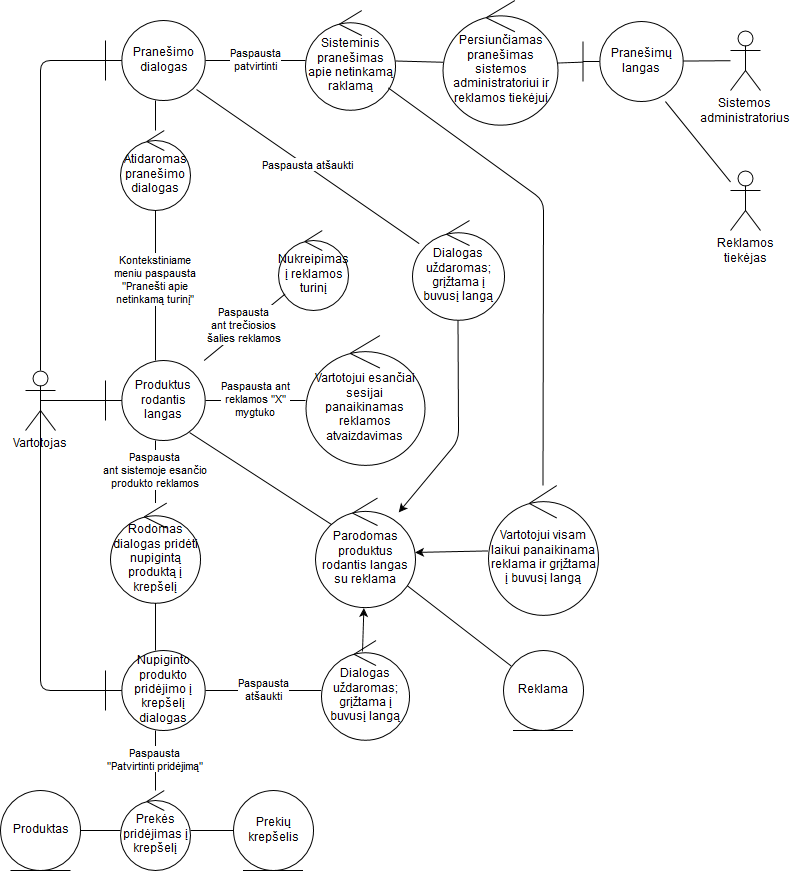
The draw.io diagram Nuotraukos/RD-damnads.png in Tristanas/PSI2-Food-Bee-Inc, before a commit. Source tidied: cells renumbered, new cells last; positions are measured from the earlier drawing's top-left corner, leaving out a move shared by most shapes. The source it was exported from:
```xml
<mxGraphModel>
  <root>
    <mxCell id="0" />
    <mxCell id="1" parent="0" />
    <mxCell id="2" value="Vartotojas&lt;br&gt;" style="shape=umlActor;verticalLabelPosition=bottom;labelBackgroundColor=#ffffff;verticalAlign=top;html=1;" parent="1" vertex="1">
      <mxGeometry x="25" y="370" width="30" height="60" as="geometry" />
    </mxCell>
    <mxCell id="3" value="Produktus rodantis langas" style="shape=umlBoundary;whiteSpace=wrap;html=1;" parent="1" vertex="1">
      <mxGeometry x="105" y="360" width="100" height="80" as="geometry" />
    </mxCell>
    <mxCell id="4" value="Nukreipimas&lt;br&gt;į reklamos&lt;br&gt;turinį&lt;br&gt;" style="ellipse;shape=umlControl;whiteSpace=wrap;html=1;" parent="1" vertex="1">
      <mxGeometry x="278" y="230" width="70" height="80" as="geometry" />
    </mxCell>
    <mxCell id="5" value="Paspausta&lt;br&gt;&quot;Patvirtinti pridėjimą&quot;&lt;br&gt;" style="endArrow=none;html=1;" parent="1" edge="1" source="12" target="16">
      <mxGeometry relative="1" as="geometry" />
    </mxCell>
    <mxCell id="6" style="endArrow=none;html=1;exitX=0.5;exitY=0.5;exitDx=0;exitDy=0;exitPerimeter=0;" parent="1" edge="1" source="2" target="3">
      <mxGeometry relative="1" as="geometry" />
    </mxCell>
    <mxCell id="7" value="Paspausta&lt;br&gt;ant trečiosios&lt;br&gt;šalies reklamos" style="endArrow=none;html=1;" parent="1" edge="1" source="4" target="3">
      <mxGeometry relative="1" as="geometry" />
    </mxCell>
    <mxCell id="8" value="Reklama&lt;br&gt;" style="ellipse;shape=umlEntity;whiteSpace=wrap;html=1;" parent="1" vertex="1">
      <mxGeometry x="502.5" y="650" width="80" height="80" as="geometry" />
    </mxCell>
    <mxCell id="9" style="endArrow=none;html=1;" parent="1" edge="1" source="39" target="8">
      <mxGeometry relative="1" as="geometry" />
    </mxCell>
    <mxCell id="10" value="Rodomas dialogas pridėti nupigintą produktą į krepšelį&lt;br&gt;" style="ellipse;shape=umlControl;whiteSpace=wrap;html=1;" parent="1" vertex="1">
      <mxGeometry x="110" y="502.5" width="90" height="100" as="geometry" />
    </mxCell>
    <mxCell id="11" value="Paspausta&lt;br&gt;ant sistemoje esančio&lt;br&gt;produkto reklamos&lt;br&gt;" style="endArrow=none;html=1;" parent="1" edge="1" source="3" target="10">
      <mxGeometry relative="1" as="geometry" />
    </mxCell>
    <mxCell id="12" value="Nupiginto produkto pridėjimo į krepšelį dialogas" style="shape=umlBoundary;whiteSpace=wrap;html=1;" parent="1" vertex="1">
      <mxGeometry x="105" y="650" width="100" height="80" as="geometry" />
    </mxCell>
    <mxCell id="13" style="endArrow=none;html=1;" parent="1" edge="1" source="10" target="12">
      <mxGeometry relative="1" as="geometry" />
    </mxCell>
    <mxCell id="14" style="endArrow=none;html=1;exitX=0.5;exitY=0.5;exitDx=0;exitDy=0;exitPerimeter=0;" parent="1" edge="1" source="2" target="12">
      <mxGeometry relative="1" as="geometry">
        <Array as="points">
          <mxPoint x="40" y="690" />
        </Array>
      </mxGeometry>
    </mxCell>
    <mxCell id="15" value="Prekių krepšelis" style="ellipse;shape=umlEntity;whiteSpace=wrap;html=1;" parent="1" vertex="1">
      <mxGeometry x="232.5" y="790" width="80" height="80" as="geometry" />
    </mxCell>
    <mxCell id="16" value="Prekės pridėjimas į krepšelį" style="ellipse;shape=umlControl;whiteSpace=wrap;html=1;" parent="1" vertex="1">
      <mxGeometry x="120" y="790" width="70" height="80" as="geometry" />
    </mxCell>
    <mxCell id="17" style="endArrow=none;html=1;" parent="1" edge="1" source="16" target="15">
      <mxGeometry relative="1" as="geometry" />
    </mxCell>
    <mxCell id="18" value="Produktas" style="ellipse;shape=umlEntity;whiteSpace=wrap;html=1;" parent="1" vertex="1">
      <mxGeometry y="790" width="80" height="80" as="geometry" />
    </mxCell>
    <mxCell id="19" style="endArrow=none;html=1;" parent="1" edge="1" source="18" target="16">
      <mxGeometry relative="1" as="geometry" />
    </mxCell>
    <mxCell id="20" value="Paspausta ant&lt;br&gt;reklamos &quot;X&quot;&lt;br&gt;mygtuko&lt;br&gt;" style="endArrow=none;html=1;" parent="1" edge="1" source="3" target="21">
      <mxGeometry relative="1" as="geometry" />
    </mxCell>
    <mxCell id="21" value="Vartotojui esančiai sesijai panaikinamas reklamos atvaizdavimas&lt;br&gt;" style="ellipse;shape=umlControl;whiteSpace=wrap;html=1;" parent="1" vertex="1">
      <mxGeometry x="305" y="335" width="119" height="130" as="geometry" />
    </mxCell>
    <mxCell id="22" value="Atidaromas pranešimo dialogas" style="ellipse;shape=umlControl;whiteSpace=wrap;html=1;" parent="1" vertex="1">
      <mxGeometry x="120" y="130" width="70" height="80" as="geometry" />
    </mxCell>
    <mxCell id="23" value="Kontekstiniame&lt;br&gt;meniu paspausta&lt;br&gt;&quot;Pranešti apie&lt;br&gt;netinkamą turinį&quot;&lt;br&gt;" style="endArrow=none;html=1;" parent="1" edge="1" source="3" target="22">
      <mxGeometry x="0.07" relative="1" as="geometry" />
    </mxCell>
    <mxCell id="24" value="Pranešimo&lt;br&gt;dialogas&lt;br&gt;" style="shape=umlBoundary;whiteSpace=wrap;html=1;" parent="1" vertex="1">
      <mxGeometry x="105" y="20" width="100" height="80" as="geometry" />
    </mxCell>
    <mxCell id="25" style="endArrow=none;html=1;" parent="1" edge="1" source="22" target="24">
      <mxGeometry relative="1" as="geometry" />
    </mxCell>
    <mxCell id="26" style="endArrow=none;html=1;exitX=0.5;exitY=0;exitDx=0;exitDy=0;exitPerimeter=0;" parent="1" edge="1" source="2" target="24">
      <mxGeometry relative="1" as="geometry">
        <Array as="points">
          <mxPoint x="40" y="60" />
        </Array>
      </mxGeometry>
    </mxCell>
    <mxCell id="27" value="Dialogas uždaromas; grįžtama į buvusį langą" style="ellipse;shape=umlControl;whiteSpace=wrap;html=1;" parent="1" vertex="1">
      <mxGeometry x="411.5" y="220" width="92" height="100" as="geometry" />
    </mxCell>
    <mxCell id="28" value="Paspausta atšaukti" style="endArrow=none;html=1;exitX=0.91;exitY=0.863;exitDx=0;exitDy=0;exitPerimeter=0;" parent="1" edge="1" source="24" target="27">
      <mxGeometry relative="1" as="geometry" />
    </mxCell>
    <mxCell id="29" value="Dialogas uždaromas; grįžtama į buvusį langą" style="ellipse;shape=umlControl;whiteSpace=wrap;html=1;" parent="1" vertex="1">
      <mxGeometry x="320.5" y="640" width="88" height="100" as="geometry" />
    </mxCell>
    <mxCell id="30" value="Paspausta&lt;br&gt;atšaukti" style="endArrow=none;html=1;" parent="1" edge="1" source="12" target="29">
      <mxGeometry relative="1" as="geometry" />
    </mxCell>
    <mxCell id="31" value="Sisteminis pranešimas apie netinkamą raklamą" style="ellipse;shape=umlControl;whiteSpace=wrap;html=1;" parent="1" vertex="1">
      <mxGeometry x="305" y="10" width="90" height="100" as="geometry" />
    </mxCell>
    <mxCell id="32" value="Paspausta&lt;br&gt;patvirtinti&lt;br&gt;" style="endArrow=none;html=1;" parent="1" edge="1" source="24" target="31">
      <mxGeometry relative="1" as="geometry" />
    </mxCell>
    <mxCell id="33" value="Vartotojui visam laikui panaikinama reklama ir grįžtama į buvusį langą" style="ellipse;shape=umlControl;whiteSpace=wrap;html=1;" parent="1" vertex="1">
      <mxGeometry x="487.5" y="485" width="110" height="130" as="geometry" />
    </mxCell>
    <mxCell id="34" style="endArrow=none;html=1;" parent="1" edge="1" source="33" target="31">
      <mxGeometry relative="1" as="geometry">
        <Array as="points">
          <mxPoint x="543" y="200" />
        </Array>
      </mxGeometry>
    </mxCell>
    <mxCell id="35" style="endArrow=none;html=1;" parent="1" edge="1" source="31" target="37">
      <mxGeometry relative="1" as="geometry" />
    </mxCell>
    <mxCell id="36" style="endArrow=none;html=1;" parent="1" edge="1" source="42" target="43">
      <mxGeometry relative="1" as="geometry" />
    </mxCell>
    <mxCell id="37" value="Persiunčiamas pranešimas sistemos administratoriui ir reklamos tiekėjui" style="ellipse;shape=umlControl;whiteSpace=wrap;html=1;" parent="1" vertex="1">
      <mxGeometry x="442.5" width="115" height="125" as="geometry" />
    </mxCell>
    <mxCell id="38" style="endArrow=none;html=1;" parent="1" edge="1" source="43" target="41">
      <mxGeometry relative="1" as="geometry" />
    </mxCell>
    <mxCell id="39" value="Parodomas produktus rodantis langas su reklama" style="ellipse;shape=umlControl;whiteSpace=wrap;html=1;" parent="1" vertex="1">
      <mxGeometry x="314.5" y="497.5" width="100" height="110" as="geometry" />
    </mxCell>
    <mxCell id="40" style="endArrow=none;html=1;entryX=0.84;entryY=0.9;entryDx=0;entryDy=0;entryPerimeter=0;exitX=0.16;exitY=0.245;exitDx=0;exitDy=0;exitPerimeter=0;" parent="1" edge="1" source="39" target="3">
      <mxGeometry relative="1" as="geometry" />
    </mxCell>
    <mxCell id="41" value="Sistemos&lt;br&gt;administratorius" style="shape=umlActor;verticalLabelPosition=bottom;labelBackgroundColor=#ffffff;verticalAlign=top;html=1;outlineConnect=0;" parent="1" vertex="1">
      <mxGeometry x="730" y="30" width="30" height="60" as="geometry" />
    </mxCell>
    <mxCell id="42" value="Reklamos&lt;br&gt;tiekėjas&lt;br&gt;" style="shape=umlActor;verticalLabelPosition=bottom;labelBackgroundColor=#ffffff;verticalAlign=top;html=1;outlineConnect=0;" parent="1" vertex="1">
      <mxGeometry x="730" y="170" width="30" height="60" as="geometry" />
    </mxCell>
    <mxCell id="43" value="Pranešimų langas" style="shape=umlBoundary;whiteSpace=wrap;html=1;" parent="1" vertex="1">
      <mxGeometry x="582.5" y="21" width="100" height="80" as="geometry" />
    </mxCell>
    <mxCell id="44" style="endArrow=none;html=1;" parent="1" edge="1" source="37" target="43">
      <mxGeometry relative="1" as="geometry" />
    </mxCell>
    <mxCell id="45" style="endArrow=classic;html=1;exitX=0.472;exitY=0.11;exitDx=0;exitDy=0;exitPerimeter=0;" parent="1" edge="1" source="29" target="39">
      <mxGeometry relative="1" as="geometry" />
    </mxCell>
    <mxCell id="46" style="endArrow=classic;html=1;" parent="1" edge="1" source="27" target="39">
      <mxGeometry relative="1" as="geometry">
        <Array as="points">
          <mxPoint x="458" y="440" />
        </Array>
      </mxGeometry>
    </mxCell>
    <mxCell id="47" style="endArrow=classic;html=1;" parent="1" edge="1" source="33" target="39">
      <mxGeometry relative="1" as="geometry" />
    </mxCell>
  </root>
</mxGraphModel>
```
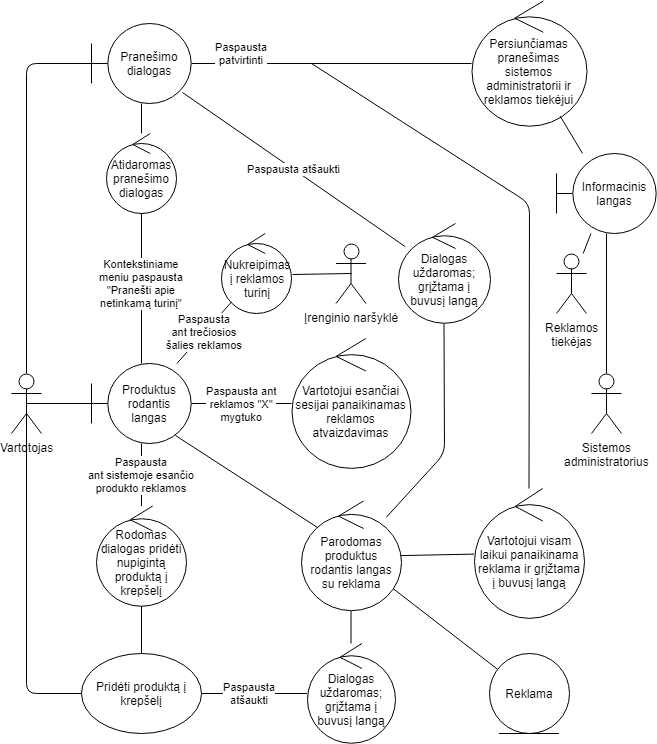
The same file after the commit.

Commit message:
Change ads robust

The edit, as a diff of the source:
```diff
@@ -9,11 +9,8 @@
       <mxGeometry x="105" y="360" width="100" height="80" as="geometry" />
     </mxCell>
     <mxCell id="4" value="Nukreipimas&lt;br&gt;į reklamos&lt;br&gt;turinį&lt;br&gt;" style="ellipse;shape=umlControl;whiteSpace=wrap;html=1;" parent="1" vertex="1">
-      <mxGeometry x="278" y="230" width="70" height="80" as="geometry" />
+      <mxGeometry x="235" y="230" width="70" height="80" as="geometry" />
     </mxCell>
-    <mxCell id="5" value="Paspausta&lt;br&gt;&quot;Patvirtinti pridėjimą&quot;&lt;br&gt;" style="endArrow=none;html=1;" parent="1" edge="1" source="12" target="16">
-      <mxGeometry relative="1" as="geometry" />
-    </mxCell>
     <mxCell id="6" style="endArrow=none;html=1;exitX=0.5;exitY=0.5;exitDx=0;exitDy=0;exitPerimeter=0;" parent="1" edge="1" source="2" target="3">
       <mxGeometry relative="1" as="geometry" />
     </mxCell>
@@ -32,34 +29,18 @@
     <mxCell id="11" value="Paspausta&lt;br&gt;ant sistemoje esančio&lt;br&gt;produkto reklamos&lt;br&gt;" style="endArrow=none;html=1;" parent="1" edge="1" source="3" target="10">
       <mxGeometry relative="1" as="geometry" />
     </mxCell>
-    <mxCell id="12" value="Nupiginto produkto pridėjimo į krepšelį dialogas" style="shape=umlBoundary;whiteSpace=wrap;html=1;" parent="1" vertex="1">
-      <mxGeometry x="105" y="650" width="100" height="80" as="geometry" />
-    </mxCell>
-    <mxCell id="13" style="endArrow=none;html=1;" parent="1" edge="1" source="10" target="12">
-      <mxGeometry relative="1" as="geometry" />
+    <mxCell id="13" style="endArrow=none;html=1;" parent="1" edge="1" source="10">
+      <mxGeometry relative="1" as="geometry">
+        <mxPoint x="155" y="650" as="targetPoint" />
+      </mxGeometry>
     </mxCell>
-    <mxCell id="14" style="endArrow=none;html=1;exitX=0.5;exitY=0.5;exitDx=0;exitDy=0;exitPerimeter=0;" parent="1" edge="1" source="2" target="12">
+    <mxCell id="14" style="endArrow=none;html=1;exitX=0.5;exitY=0.5;exitDx=0;exitDy=0;exitPerimeter=0;entryX=0;entryY=0.5;entryDx=0;entryDy=0;" parent="1" edge="1" source="2" target="50">
       <mxGeometry relative="1" as="geometry">
         <Array as="points">
           <mxPoint x="40" y="690" />
         </Array>
       </mxGeometry>
     </mxCell>
-    <mxCell id="15" value="Prekių krepšelis" style="ellipse;shape=umlEntity;whiteSpace=wrap;html=1;" parent="1" vertex="1">
-      <mxGeometry x="232.5" y="790" width="80" height="80" as="geometry" />
-    </mxCell>
-    <mxCell id="16" value="Prekės pridėjimas į krepšelį" style="ellipse;shape=umlControl;whiteSpace=wrap;html=1;" parent="1" vertex="1">
-      <mxGeometry x="120" y="790" width="70" height="80" as="geometry" />
-    </mxCell>
-    <mxCell id="17" style="endArrow=none;html=1;" parent="1" edge="1" source="16" target="15">
-      <mxGeometry relative="1" as="geometry" />
-    </mxCell>
-    <mxCell id="18" value="Produktas" style="ellipse;shape=umlEntity;whiteSpace=wrap;html=1;" parent="1" vertex="1">
-      <mxGeometry y="790" width="80" height="80" as="geometry" />
-    </mxCell>
-    <mxCell id="19" style="endArrow=none;html=1;" parent="1" edge="1" source="18" target="16">
-      <mxGeometry relative="1" as="geometry" />
-    </mxCell>
     <mxCell id="20" value="Paspausta ant&lt;br&gt;reklamos &quot;X&quot;&lt;br&gt;mygtuko&lt;br&gt;" style="endArrow=none;html=1;" parent="1" edge="1" source="3" target="21">
       <mxGeometry relative="1" as="geometry" />
     </mxCell>
@@ -88,41 +69,51 @@
     <mxCell id="27" value="Dialogas uždaromas; grįžtama į buvusį langą" style="ellipse;shape=umlControl;whiteSpace=wrap;html=1;" parent="1" vertex="1">
       <mxGeometry x="411.5" y="220" width="92" height="100" as="geometry" />
     </mxCell>
+    <mxCell id="48" style="endArrow=none;html=1;" parent="1" edge="1" source="39" target="27">
+      <mxGeometry relative="1" as="geometry">
+        <Array as="points">
+          <mxPoint x="458" y="450" />
+        </Array>
+      </mxGeometry>
+    </mxCell>
     <mxCell id="28" value="Paspausta atšaukti" style="endArrow=none;html=1;exitX=0.91;exitY=0.863;exitDx=0;exitDy=0;exitPerimeter=0;" parent="1" edge="1" source="24" target="27">
       <mxGeometry relative="1" as="geometry" />
     </mxCell>
     <mxCell id="29" value="Dialogas uždaromas; grįžtama į buvusį langą" style="ellipse;shape=umlControl;whiteSpace=wrap;html=1;" parent="1" vertex="1">
       <mxGeometry x="320.5" y="640" width="88" height="100" as="geometry" />
     </mxCell>
-    <mxCell id="30" value="Paspausta&lt;br&gt;atšaukti" style="endArrow=none;html=1;" parent="1" edge="1" source="12" target="29">
-      <mxGeometry relative="1" as="geometry" />
+    <mxCell id="30" value="Paspausta&lt;br&gt;atšaukti" style="endArrow=none;html=1;" parent="1" edge="1" target="29">
+      <mxGeometry relative="1" as="geometry">
+        <mxPoint x="205" y="690" as="sourcePoint" />
+      </mxGeometry>
     </mxCell>
-    <mxCell id="31" value="Sisteminis pranešimas apie netinkamą raklamą" style="ellipse;shape=umlControl;whiteSpace=wrap;html=1;" parent="1" vertex="1">
-      <mxGeometry x="305" y="10" width="90" height="100" as="geometry" />
-    </mxCell>
+    <mxCell id="45" style="endArrow=none;html=1;" parent="1" edge="1" source="29" target="39">
+      <mxGeometry relative="1" as="geometry" />
+    </mxCell>
-    <mxCell id="32" value="Paspausta&lt;br&gt;patvirtinti&lt;br&gt;" style="endArrow=none;html=1;" parent="1" edge="1" source="24" target="31">
-      <mxGeometry relative="1" as="geometry" />
+    <mxCell id="32" value="Paspausta&lt;br&gt;patvirtinti&lt;br&gt;" style="endArrow=none;html=1;entryX=0;entryY=0.5;entryDx=0;entryDy=0;entryPerimeter=0;" parent="1" edge="1" source="24" target="37">
+      <mxGeometry x="-0.64" y="10" relative="1" as="geometry" />
     </mxCell>
     <mxCell id="33" value="Vartotojui visam laikui panaikinama reklama ir grįžtama į buvusį langą" style="ellipse;shape=umlControl;whiteSpace=wrap;html=1;" parent="1" vertex="1">
       <mxGeometry x="487.5" y="485" width="110" height="130" as="geometry" />
     </mxCell>
+    <mxCell id="49" style="endArrow=none;html=1;" parent="1" edge="1" source="39" target="33">
+      <mxGeometry relative="1" as="geometry" />
+    </mxCell>
-    <mxCell id="34" style="endArrow=none;html=1;" parent="1" edge="1" source="33" target="31">
+    <mxCell id="34" style="endArrow=none;html=1;" parent="1" edge="1" source="33">
       <mxGeometry relative="1" as="geometry">
+        <mxPoint x="325" y="60" as="targetPoint" />
         <Array as="points">
           <mxPoint x="543" y="200" />
         </Array>
       </mxGeometry>
     </mxCell>
-    <mxCell id="35" style="endArrow=none;html=1;" parent="1" edge="1" source="31" target="37">
-      <mxGeometry relative="1" as="geometry" />
-    </mxCell>
-    <mxCell id="36" style="endArrow=none;html=1;" parent="1" edge="1" source="42" target="43">
+    <mxCell id="36" style="endArrow=none;html=1;" parent="1" edge="1" source="42" target="53">
       <mxGeometry relative="1" as="geometry" />
     </mxCell>
-    <mxCell id="37" value="Persiunčiamas pranešimas sistemos administratoriui ir reklamos tiekėjui" style="ellipse;shape=umlControl;whiteSpace=wrap;html=1;" parent="1" vertex="1">
-      <mxGeometry x="442.5" width="115" height="125" as="geometry" />
+    <mxCell id="37" value="Persiunčiamas pranešimas sistemos administratorii ir reklamos tiekėjui" style="ellipse;shape=umlControl;whiteSpace=wrap;html=1;" parent="1" vertex="1">
+      <mxGeometry x="485" y="-2.5" width="115" height="125" as="geometry" />
     </mxCell>
-    <mxCell id="38" style="endArrow=none;html=1;" parent="1" edge="1" source="43" target="41">
+    <mxCell id="38" style="endArrow=none;html=1;" parent="1" edge="1" source="53" target="41">
       <mxGeometry relative="1" as="geometry" />
     </mxCell>
     <mxCell id="39" value="Parodomas produktus rodantis langas su reklama" style="ellipse;shape=umlControl;whiteSpace=wrap;html=1;" parent="1" vertex="1">
@@ -132,29 +123,25 @@
       <mxGeometry relative="1" as="geometry" />
     </mxCell>
     <mxCell id="41" value="Sistemos&lt;br&gt;administratorius" style="shape=umlActor;verticalLabelPosition=bottom;labelBackgroundColor=#ffffff;verticalAlign=top;html=1;outlineConnect=0;" parent="1" vertex="1">
-      <mxGeometry x="730" y="30" width="30" height="60" as="geometry" />
+      <mxGeometry x="605" y="370" width="30" height="60" as="geometry" />
     </mxCell>
     <mxCell id="42" value="Reklamos&lt;br&gt;tiekėjas&lt;br&gt;" style="shape=umlActor;verticalLabelPosition=bottom;labelBackgroundColor=#ffffff;verticalAlign=top;html=1;outlineConnect=0;" parent="1" vertex="1">
-      <mxGeometry x="730" y="170" width="30" height="60" as="geometry" />
+      <mxGeometry x="570" y="250" width="30" height="60" as="geometry" />
     </mxCell>
-    <mxCell id="43" value="Pranešimų langas" style="shape=umlBoundary;whiteSpace=wrap;html=1;" parent="1" vertex="1">
-      <mxGeometry x="582.5" y="21" width="100" height="80" as="geometry" />
-    </mxCell>
-    <mxCell id="44" style="endArrow=none;html=1;" parent="1" edge="1" source="37" target="43">
-      <mxGeometry relative="1" as="geometry" />
-    </mxCell>
-    <mxCell id="45" style="endArrow=classic;html=1;exitX=0.472;exitY=0.11;exitDx=0;exitDy=0;exitPerimeter=0;" parent="1" edge="1" source="29" target="39">
-      <mxGeometry relative="1" as="geometry" />
-    </mxCell>
-    <mxCell id="46" style="endArrow=classic;html=1;" parent="1" edge="1" source="27" target="39">
-      <mxGeometry relative="1" as="geometry">
-        <Array as="points">
-          <mxPoint x="458" y="440" />
-        </Array>
-      </mxGeometry>
-    </mxCell>
-    <mxCell id="47" style="endArrow=classic;html=1;" parent="1" edge="1" source="33" target="39">
-      <mxGeometry relative="1" as="geometry" />
-    </mxCell>
+    <mxCell id="50" value="Pridėti produktą į krepšelį" style="ellipse;whiteSpace=wrap;html=1;" parent="1" vertex="1">
+      <mxGeometry x="95" y="650" width="120" height="80" as="geometry" />
+    </mxCell>
+    <mxCell id="51" value="Įrenginio naršyklė" style="shape=umlActor;verticalLabelPosition=bottom;labelBackgroundColor=#ffffff;verticalAlign=top;html=1;outlineConnect=0;" parent="1" vertex="1">
+      <mxGeometry x="349.5" y="240" width="30" height="60" as="geometry" />
+    </mxCell>
+    <mxCell id="52" style="endArrow=none;html=1;entryX=1.014;entryY=0.513;entryDx=0;entryDy=0;entryPerimeter=0;exitX=0.5;exitY=0.5;exitDx=0;exitDy=0;exitPerimeter=0;" parent="1" edge="1" source="51" target="4">
+      <mxGeometry relative="1" as="geometry" />
+    </mxCell>
+    <mxCell id="53" value="Informacinis langas" style="shape=umlBoundary;whiteSpace=wrap;html=1;" parent="1" vertex="1">
+      <mxGeometry x="570" y="150" width="100" height="80" as="geometry" />
+    </mxCell>
+    <mxCell id="54" style="endArrow=none;html=1;" parent="1" edge="1" source="53" target="37">
+      <mxGeometry relative="1" as="geometry" />
+    </mxCell>
   </root>
 </mxGraphModel>
```
